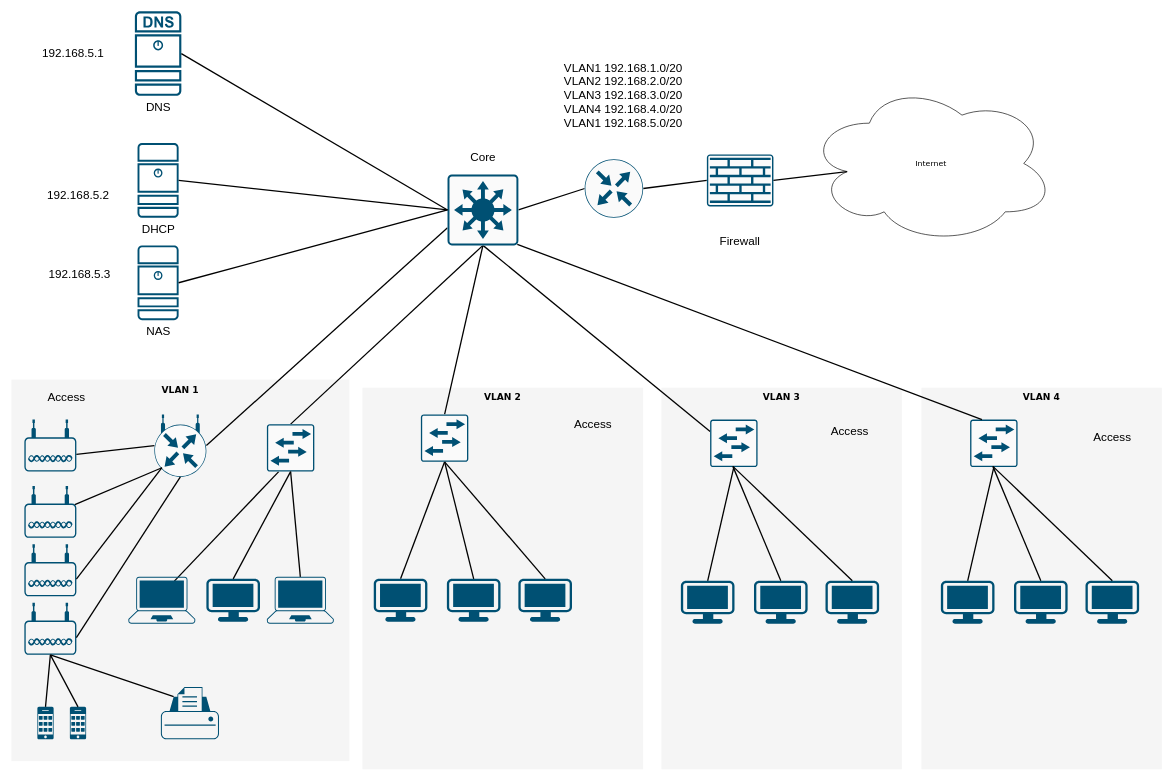
hayden-pzhou/drawioChart keeps this draw.io diagram as 未命名绘图.drawio. Above is the earlier version. Source tidied: cells renumbered, new cells numbered last; positions are measured from the earlier drawing's top-left corner, leaving out a move shared by most shapes. Both pictures are drawn from the tidied source at 65%, with x=0, y=0 at pixel (11, 11).
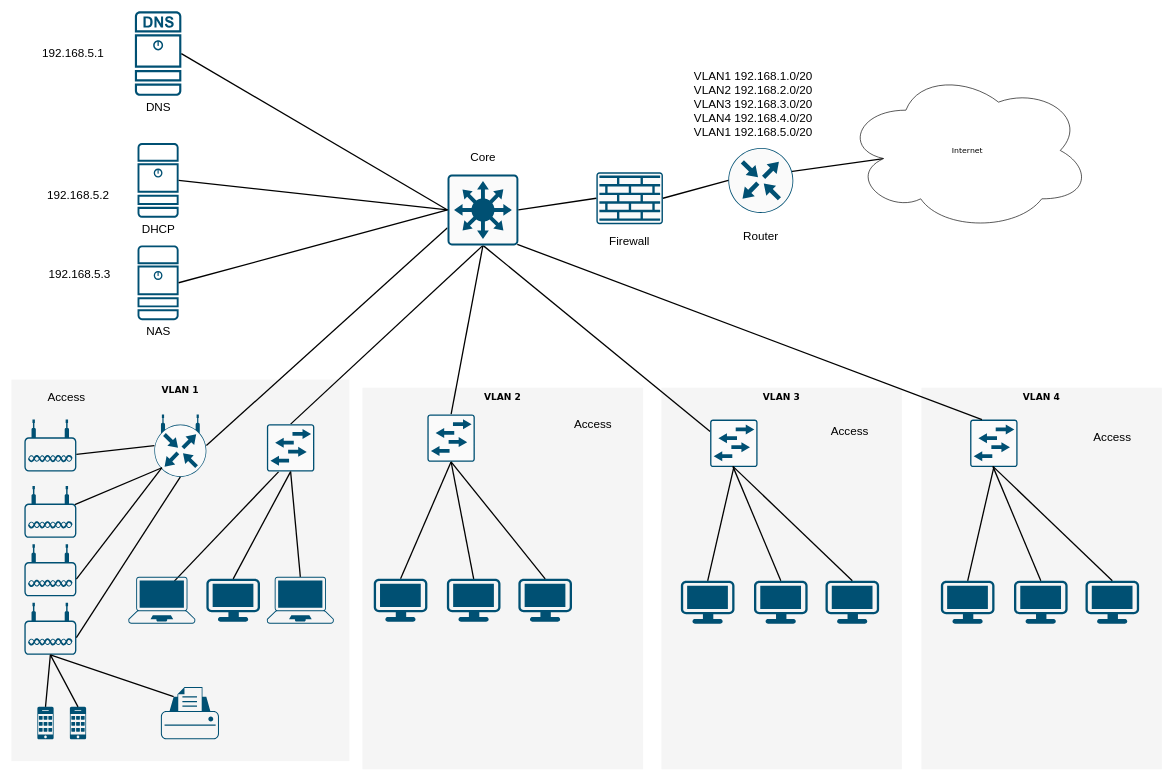
After the change.

Commit message:
更新未命名绘图.drawio

The change refers to these unchanged cells:
```xml
<mxCell id="18" style="sketch=0;points=[[0.015,0.015,0],[0.985,0.015,0],[0.985,0.985,0],[0.015,0.985,0],[0.25,0,0],[0.5,0,0],[0.75,0,0],[1,0.25,0],[1,0.5,0],[1,0.75,0],[0.75,1,0],[0.5,1,0],[0.25,1,0],[0,0.75,0],[0,0.5,0],[0,0.25,0]];verticalLabelPosition=bottom;html=1;verticalAlign=top;align=center;shape=mxgraph.cisco19.rect;prIcon=l3_switch;fillColor=#FAFAFA;strokeColor=#005073;direction=south;" parent="1" vertex="1">
  <mxGeometry x="671" y="251" width="109" height="109" as="geometry" />
</mxCell>
```

What changed in the source:
```diff
@@
-    <mxCell id="5" style="edgeStyle=none;html=1;labelBackgroundColor=none;startFill=0;endArrow=none;endFill=0;strokeWidth=2;fontFamily=Verdana;fontSize=12;exitX=0;exitY=0.5;exitDx=0;exitDy=0;exitPerimeter=0;entryX=0.5;entryY=0;entryDx=0;entryDy=0;entryPerimeter=0;" parent="1" edge="1" source="13" target="18">
+    <mxCell id="5" style="edgeStyle=none;html=1;labelBackgroundColor=none;startFill=0;endArrow=none;endFill=0;strokeWidth=2;fontFamily=Verdana;fontSize=12;exitX=0;exitY=0.5;exitDx=0;exitDy=0;exitPerimeter=0;entryX=0.16;entryY=0.55;entryDx=0;entryDy=0;entryPerimeter=0;" parent="1" edge="1" source="13" target="9">
       <mxGeometry relative="1" as="geometry" />
     </mxCell>
@@
     <mxCell id="9" value="Internet" style="ellipse;shape=cloud;whiteSpace=wrap;html=1;rounded=0;shadow=0;comic=0;strokeWidth=1;fontFamily=Verdana;fontSize=12;" parent="1" vertex="1">
-      <mxGeometry x="1225" y="110" width="380" height="248" as="geometry" />
+      <mxGeometry x="1281.2" y="90" width="380" height="248" as="geometry" />
     </mxCell>
@@
-    <mxCell id="12" style="edgeStyle=none;html=1;labelBackgroundColor=none;startFill=0;endArrow=none;endFill=0;strokeWidth=2;fontFamily=Verdana;fontSize=12;exitX=1;exitY=0.5;exitDx=0;exitDy=0;exitPerimeter=0;entryX=0;entryY=0.5;entryDx=0;entryDy=0;entryPerimeter=0;" parent="1" edge="1" source="13" target="16">
-      <mxGeometry relative="1" as="geometry" />
-    </mxCell>
     <mxCell id="13" style="sketch=0;points=[[0.5,0,0],[1,0.5,0],[0.5,1,0],[0,0.5,0],[0.145,0.145,0],[0.8555,0.145,0],[0.855,0.8555,0],[0.145,0.855,0]];verticalLabelPosition=bottom;html=1;verticalAlign=top;align=center;shape=mxgraph.cisco19.rect;prIcon=router;fillColor=#FAFAFA;strokeColor=#005073;" parent="1" vertex="1">
-      <mxGeometry x="882" y="227.5" width="90" height="90" as="geometry" />
+      <mxGeometry x="1103" y="210" width="100" height="100" as="geometry" />
     </mxCell>
@@
     <mxCell id="16" style="sketch=0;points=[[0.015,0.015,0],[0.985,0.015,0],[0.985,0.985,0],[0.015,0.985,0],[0.25,0,0],[0.5,0,0],[0.75,0,0],[1,0.25,0],[1,0.5,0],[1,0.75,0],[0.75,1,0],[0.5,1,0],[0.25,1,0],[0,0.75,0],[0,0.5,0],[0,0.25,0]];verticalLabelPosition=bottom;html=1;verticalAlign=top;align=center;shape=mxgraph.cisco19.rect;prIcon=firewall;fillColor=#FAFAFA;strokeColor=#005073;" parent="1" vertex="1">
-      <mxGeometry x="1070" y="220" width="102.4" height="80" as="geometry" />
+      <mxGeometry x="900" y="247.5" width="102.4" height="80" as="geometry" />
     </mxCell>
@@
     <mxCell id="20" style="sketch=0;points=[[0.015,0.015,0],[0.985,0.015,0],[0.985,0.985,0],[0.015,0.985,0],[0.25,0,0],[0.5,0,0],[0.75,0,0],[1,0.25,0],[1,0.5,0],[1,0.75,0],[0.75,1,0],[0.5,1,0],[0.25,1,0],[0,0.75,0],[0,0.5,0],[0,0.25,0]];verticalLabelPosition=bottom;html=1;verticalAlign=top;align=center;shape=mxgraph.cisco19.rect;prIcon=l2_switch;fillColor=#FAFAFA;strokeColor=#005073;" parent="1" vertex="1">
-      <mxGeometry x="630" y="620" width="73" height="73" as="geometry" />
+      <mxGeometry x="640" y="620" width="73" height="73" as="geometry" />
     </mxCell>
@@
-    <mxCell id="50" style="edgeStyle=none;html=1;labelBackgroundColor=none;startFill=0;endArrow=none;endFill=0;strokeWidth=2;fontFamily=Verdana;fontSize=12;exitX=1;exitY=0.5;exitDx=0;exitDy=0;exitPerimeter=0;entryX=0.16;entryY=0.55;entryDx=0;entryDy=0;entryPerimeter=0;" parent="1" edge="1" source="16" target="9">
-      <mxGeometry relative="1" as="geometry" />
-    </mxCell>
@@
     <mxCell id="67" value="&lt;font style=&quot;font-size: 18px;&quot;&gt;VLAN1 192.168.1.0/20&lt;br&gt;VLAN2 192.168.2.0/20&lt;br&gt;VLAN3 192.168.3.0/20&lt;br&gt;VLAN4 192.168.4.0/20&lt;br&gt;VLAN1 192.168.5.0/20&lt;/font&gt;" style="text;strokeColor=none;align=center;fillColor=none;html=1;verticalAlign=middle;whiteSpace=wrap;rounded=0;" parent="1" vertex="1">
-      <mxGeometry x="780" y="70" width="323" height="120" as="geometry" />
+      <mxGeometry x="980" y="82.5" width="323" height="120" as="geometry" />
     </mxCell>
@@
     <mxCell id="76" value="&lt;span style=&quot;font-size: 18px;&quot;&gt;Firewall&lt;/span&gt;" style="text;strokeColor=none;align=center;fillColor=none;html=1;verticalAlign=middle;whiteSpace=wrap;rounded=0;" parent="1" vertex="1">
-      <mxGeometry x="1056.2" y="317.5" width="130" height="72" as="geometry" />
+      <mxGeometry x="886.2" y="317.5" width="130" height="72" as="geometry" />
     </mxCell>
+    <mxCell id="77" style="edgeStyle=none;html=1;labelBackgroundColor=none;startFill=0;endArrow=none;endFill=0;strokeWidth=2;fontFamily=Verdana;fontSize=12;exitX=0;exitY=0.5;exitDx=0;exitDy=0;exitPerimeter=0;entryX=0.5;entryY=0;entryDx=0;entryDy=0;entryPerimeter=0;" parent="1" edge="1" source="16" target="18">
+      <mxGeometry relative="1" as="geometry" />
+    </mxCell>
+    <mxCell id="78" style="edgeStyle=none;html=1;labelBackgroundColor=none;startFill=0;endArrow=none;endFill=0;strokeWidth=2;fontFamily=Verdana;fontSize=12;exitX=1;exitY=0.5;exitDx=0;exitDy=0;exitPerimeter=0;entryX=0;entryY=0.5;entryDx=0;entryDy=0;entryPerimeter=0;" parent="1" edge="1" source="16" target="13">
+      <mxGeometry relative="1" as="geometry" />
+    </mxCell>
+    <mxCell id="79" value="&lt;span style=&quot;font-size: 18px;&quot;&gt;Router&lt;/span&gt;" style="text;strokeColor=none;align=center;fillColor=none;html=1;verticalAlign=middle;whiteSpace=wrap;rounded=0;" parent="1" vertex="1">
+      <mxGeometry x="1088" y="310" width="130" height="72" as="geometry" />
+    </mxCell>
```
